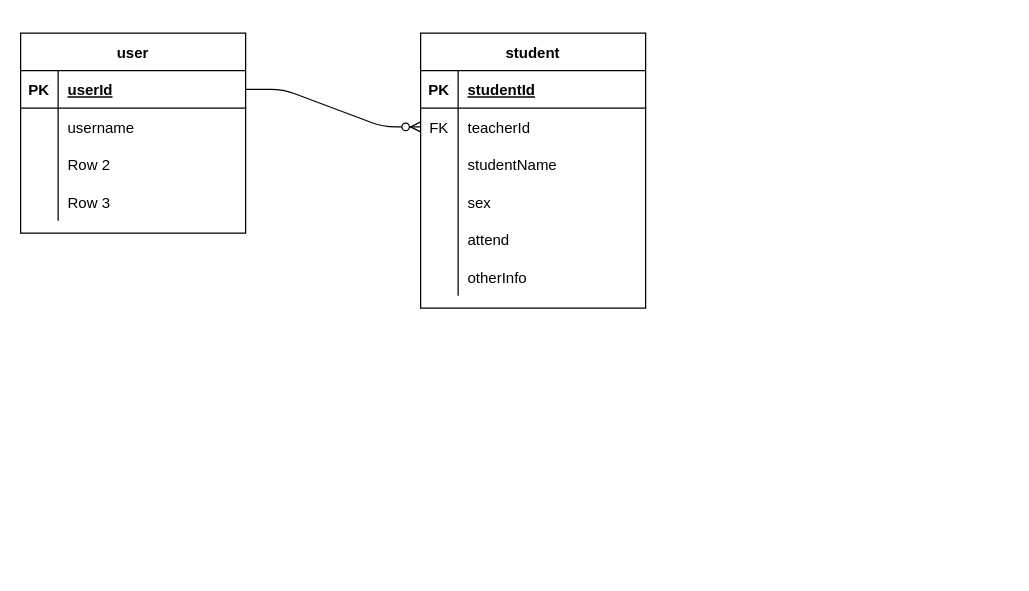
Above: ER.dio in RyotaItagaki/attendance-app (draw.io), before the change. Source tidied: cells renumbered, new cells numbered last; positions are measured from the earlier drawing's top-left corner, leaving out a move shared by most shapes. Both pictures are drawn from the tidied source at 125%, with x=0, y=0 at pixel (20, 32).
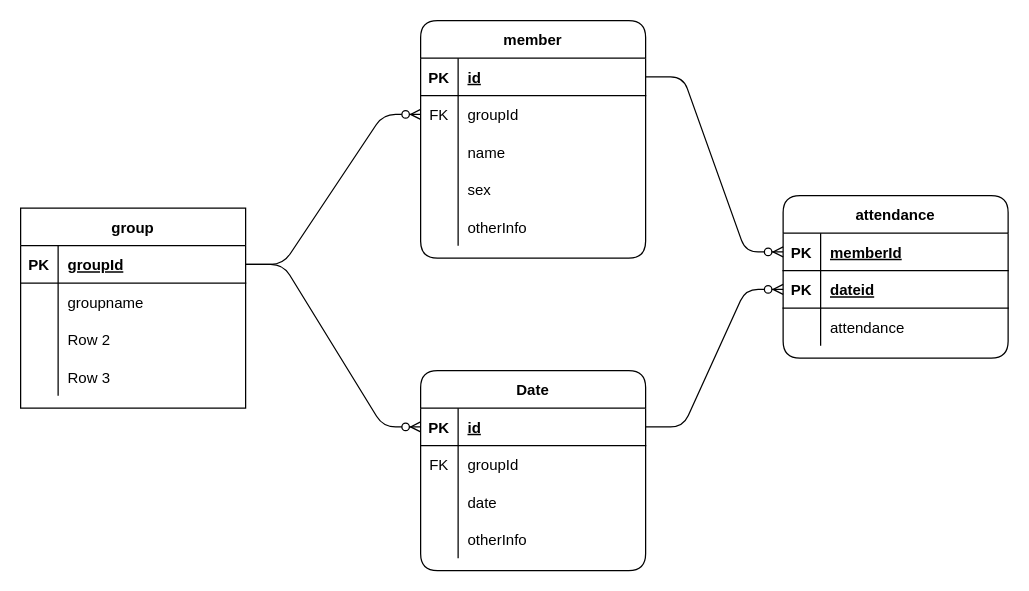
Above is the later version.

Unchanged cells that the change refers to:
```xml
<mxCell id="3" style="shape=partialRectangle;fillColor=none;top=0;left=0;bottom=1;right=0;points=[[0,0.5],[1,0.5]];portConstraint=eastwest;" parent="2" vertex="1">
  <mxGeometry y="30" width="180" height="30" as="geometry" />
</mxCell>
<mxCell id="6" style="shape=partialRectangle;fillColor=none;top=0;left=0;bottom=0;right=0;" parent="2" vertex="1">
  <mxGeometry y="60" width="180" height="30" as="geometry" />
</mxCell>
<mxCell id="16" style="shape=partialRectangle;fillColor=none;top=0;left=0;bottom=1;right=0;points=[[0,0.5],[1,0.5]];portConstraint=eastwest;" parent="15" vertex="1">
  <mxGeometry y="30" width="180" height="30" as="geometry" />
</mxCell>
<mxCell id="19" style="shape=partialRectangle;fillColor=none;top=0;left=0;bottom=0;right=0;points=[[0,0.5],[1,0.5]];portConstraint=eastwest;" parent="15" vertex="1">
  <mxGeometry y="60" width="180" height="30" as="geometry" />
</mxCell>
<mxCell id="22" style="shape=partialRectangle;fillColor=none;top=0;left=0;bottom=0;right=0;" parent="15" vertex="1">
  <mxGeometry y="90" width="180" height="30" as="geometry" />
</mxCell>
```

What changed in the source:
```diff
@@
-    <mxCell id="2" value="user" style="shape=table;startSize=30;childLayout=tableLayout;rowLines=0;fontStyle=1;align=center;" parent="1" vertex="1">
-      <mxGeometry width="180" height="160" as="geometry" />
+    <mxCell id="2" value="group" style="shape=table;startSize=30;childLayout=tableLayout;rowLines=0;fontStyle=1;align=center;" parent="1" vertex="1">
+      <mxGeometry y="140" width="180" height="160" as="geometry" />
     </mxCell>
@@
-    <mxCell id="5" value="userId" style="shape=partialRectangle;fillColor=none;top=0;left=0;bottom=0;right=0;align=left;spacingLeft=6;fontStyle=5;overflow=hidden;" parent="3" vertex="1">
+    <mxCell id="5" value="groupId" style="shape=partialRectangle;fillColor=none;top=0;left=0;bottom=0;right=0;align=left;spacingLeft=6;fontStyle=5;overflow=hidden;" parent="3" vertex="1">
       <mxGeometry x="30" width="150" height="30" as="geometry" />
     </mxCell>
@@
-    <mxCell id="8" value="username" style="shape=partialRectangle;fillColor=none;top=0;left=0;bottom=0;right=0;align=left;spacingLeft=6;overflow=hidden;" parent="6" vertex="1">
+    <mxCell id="8" value="groupname" style="shape=partialRectangle;fillColor=none;top=0;left=0;bottom=0;right=0;align=left;spacingLeft=6;overflow=hidden;" parent="6" vertex="1">
       <mxGeometry x="30" width="150" height="30" as="geometry" />
     </mxCell>
@@
-    <mxCell id="15" value="student" style="shape=table;startSize=30;childLayout=tableLayout;rowLines=0;fontStyle=1;align=center;" parent="1" vertex="1">
-      <mxGeometry x="320" width="180" height="220" as="geometry" />
+    <mxCell id="15" value="member" style="shape=table;startSize=30;childLayout=tableLayout;rowLines=0;fontStyle=1;align=center;rounded=1;" parent="1" vertex="1">
+      <mxGeometry x="320" y="-10" width="180" height="190" as="geometry" />
     </mxCell>
@@
-    <mxCell id="18" value="studentId" style="shape=partialRectangle;fillColor=none;top=0;left=0;bottom=0;right=0;align=left;spacingLeft=6;fontStyle=5;overflow=hidden;" parent="16" vertex="1">
+    <mxCell id="18" value="id" style="shape=partialRectangle;fillColor=none;top=0;left=0;bottom=0;right=0;align=left;spacingLeft=6;fontStyle=5;overflow=hidden;" parent="16" vertex="1">
       <mxGeometry x="30" width="150" height="30" as="geometry" />
     </mxCell>
@@
-    <mxCell id="21" value="teacherId" style="shape=partialRectangle;fillColor=none;top=0;left=0;bottom=0;right=0;align=left;spacingLeft=6;overflow=hidden;" parent="19" vertex="1">
+    <mxCell id="21" value="groupId" style="shape=partialRectangle;fillColor=none;top=0;left=0;bottom=0;right=0;align=left;spacingLeft=6;overflow=hidden;" parent="19" vertex="1">
       <mxGeometry x="30" width="150" height="30" as="geometry" />
     </mxCell>
@@
-    <mxCell id="24" value="studentName" style="shape=partialRectangle;fillColor=none;top=0;left=0;bottom=0;right=0;align=left;spacingLeft=6;overflow=hidden;" parent="22" vertex="1">
+    <mxCell id="24" value="name" style="shape=partialRectangle;fillColor=none;top=0;left=0;bottom=0;right=0;align=left;spacingLeft=6;overflow=hidden;" parent="22" vertex="1">
       <mxGeometry x="30" width="150" height="30" as="geometry" />
     </mxCell>
@@
-    <mxCell id="28" style="shape=partialRectangle;fillColor=none;top=0;left=0;bottom=0;right=0;" parent="15" vertex="1">
-      <mxGeometry y="150" width="180" height="30" as="geometry" />
-    </mxCell>
-    <mxCell id="29" style="shape=partialRectangle;fillColor=none;top=0;left=0;bottom=0;right=0;overflow=hidden;" parent="28" vertex="1">
-      <mxGeometry width="30" height="30" as="geometry" />
-    </mxCell>
-    <mxCell id="30" value="attend" style="shape=partialRectangle;fillColor=none;top=0;left=0;bottom=0;right=0;align=left;spacingLeft=6;overflow=hidden;" parent="28" vertex="1">
-      <mxGeometry x="30" width="150" height="30" as="geometry" />
-    </mxCell>
     <mxCell id="31" style="shape=partialRectangle;fillColor=none;top=0;left=0;bottom=0;right=0;" parent="15" vertex="1">
-      <mxGeometry y="180" width="180" height="30" as="geometry" />
+      <mxGeometry y="150" width="180" height="30" as="geometry" />
     </mxCell>
@@
+    <mxCell id="35" value="attendance" style="shape=table;startSize=30;childLayout=tableLayout;rowLines=0;fontStyle=1;align=center;rounded=1;" parent="1" vertex="1">
+      <mxGeometry x="610" y="130" width="180" height="130" as="geometry" />
+    </mxCell>
+    <mxCell id="36" style="shape=partialRectangle;fillColor=none;top=0;left=0;bottom=1;right=0;points=[[0,0.5],[1,0.5]];portConstraint=eastwest;" parent="35" vertex="1">
+      <mxGeometry y="30" width="180" height="30" as="geometry" />
+    </mxCell>
+    <mxCell id="37" value="PK" style="shape=partialRectangle;fillColor=none;top=0;left=0;bottom=0;right=0;fontStyle=1;overflow=hidden;" parent="36" vertex="1">
+      <mxGeometry width="30" height="30" as="geometry" />
+    </mxCell>
+    <mxCell id="38" value="memberId" style="shape=partialRectangle;fillColor=none;top=0;left=0;bottom=0;right=0;align=left;spacingLeft=6;fontStyle=5;overflow=hidden;" parent="36" vertex="1">
+      <mxGeometry x="30" width="150" height="30" as="geometry" />
+    </mxCell>
+    <mxCell id="39" style="shape=partialRectangle;fillColor=none;top=0;left=0;bottom=1;right=0;points=[[0,0.5],[1,0.5]];portConstraint=eastwest;" parent="35" vertex="1">
+      <mxGeometry y="60" width="180" height="30" as="geometry" />
+    </mxCell>
+    <mxCell id="40" value="PK" style="shape=partialRectangle;fillColor=none;top=0;left=0;bottom=0;right=0;fontStyle=1;overflow=hidden;" parent="39" vertex="1">
+      <mxGeometry width="30" height="30" as="geometry" />
+    </mxCell>
+    <mxCell id="41" value="dateid" style="shape=partialRectangle;fillColor=none;top=0;left=0;bottom=0;right=0;align=left;spacingLeft=6;fontStyle=5;overflow=hidden;" parent="39" vertex="1">
+      <mxGeometry x="30" width="150" height="30" as="geometry" />
+    </mxCell>
+    <mxCell id="42" style="shape=partialRectangle;fillColor=none;top=0;left=0;bottom=0;right=0;" parent="35" vertex="1">
+      <mxGeometry y="90" width="180" height="30" as="geometry" />
+    </mxCell>
+    <mxCell id="43" style="shape=partialRectangle;fillColor=none;top=0;left=0;bottom=0;right=0;overflow=hidden;" parent="42" vertex="1">
+      <mxGeometry width="30" height="30" as="geometry" />
+    </mxCell>
+    <mxCell id="44" value="attendance" style="shape=partialRectangle;fillColor=none;top=0;left=0;bottom=0;right=0;align=left;spacingLeft=6;overflow=hidden;" parent="42" vertex="1">
+      <mxGeometry x="30" width="150" height="30" as="geometry" />
+    </mxCell>
+    <mxCell id="45" style="edgeStyle=entityRelationEdgeStyle;fontSize=12;html=1;endArrow=ERzeroToMany;endFill=1;exitX=1;exitY=0.5;exitDx=0;exitDy=0;entryX=0;entryY=0.5;entryDx=0;entryDy=0;" parent="1" edge="1" source="16" target="36">
+      <mxGeometry relative="1" as="geometry" />
+    </mxCell>
+    <mxCell id="46" value="Date" style="shape=table;startSize=30;childLayout=tableLayout;rowLines=0;fontStyle=1;align=center;rounded=1;" parent="1" vertex="1">
+      <mxGeometry x="320" y="270" width="180" height="160" as="geometry" />
+    </mxCell>
+    <mxCell id="47" style="shape=partialRectangle;fillColor=none;top=0;left=0;bottom=1;right=0;points=[[0,0.5],[1,0.5]];portConstraint=eastwest;" parent="46" vertex="1">
+      <mxGeometry y="30" width="180" height="30" as="geometry" />
+    </mxCell>
+    <mxCell id="48" value="PK" style="shape=partialRectangle;fillColor=none;top=0;left=0;bottom=0;right=0;fontStyle=1;overflow=hidden;" parent="47" vertex="1">
+      <mxGeometry width="30" height="30" as="geometry" />
+    </mxCell>
+    <mxCell id="49" value="id" style="shape=partialRectangle;fillColor=none;top=0;left=0;bottom=0;right=0;align=left;spacingLeft=6;fontStyle=5;overflow=hidden;" parent="47" vertex="1">
+      <mxGeometry x="30" width="150" height="30" as="geometry" />
+    </mxCell>
+    <mxCell id="50" style="shape=partialRectangle;fillColor=none;top=0;left=0;bottom=0;right=0;" parent="46" vertex="1">
+      <mxGeometry y="60" width="180" height="30" as="geometry" />
+    </mxCell>
+    <mxCell id="51" value="FK" style="shape=partialRectangle;fillColor=none;top=0;left=0;bottom=0;right=0;overflow=hidden;" parent="50" vertex="1">
+      <mxGeometry width="30" height="30" as="geometry" />
+    </mxCell>
+    <mxCell id="52" value="groupId" style="shape=partialRectangle;fillColor=none;top=0;left=0;bottom=0;right=0;align=left;spacingLeft=6;overflow=hidden;" parent="50" vertex="1">
+      <mxGeometry x="30" width="150" height="30" as="geometry" />
+    </mxCell>
+    <mxCell id="53" style="shape=partialRectangle;fillColor=none;top=0;left=0;bottom=0;right=0;" parent="46" vertex="1">
+      <mxGeometry y="90" width="180" height="30" as="geometry" />
+    </mxCell>
+    <mxCell id="54" style="shape=partialRectangle;fillColor=none;top=0;left=0;bottom=0;right=0;overflow=hidden;" parent="53" vertex="1">
+      <mxGeometry width="30" height="30" as="geometry" />
+    </mxCell>
+    <mxCell id="55" value="date" style="shape=partialRectangle;fillColor=none;top=0;left=0;bottom=0;right=0;align=left;spacingLeft=6;overflow=hidden;" parent="53" vertex="1">
+      <mxGeometry x="30" width="150" height="30" as="geometry" />
+    </mxCell>
+    <mxCell id="56" style="shape=partialRectangle;fillColor=none;top=0;left=0;bottom=0;right=0;" parent="46" vertex="1">
+      <mxGeometry y="120" width="180" height="30" as="geometry" />
+    </mxCell>
+    <mxCell id="57" style="shape=partialRectangle;fillColor=none;top=0;left=0;bottom=0;right=0;overflow=hidden;" parent="56" vertex="1">
+      <mxGeometry width="30" height="30" as="geometry" />
+    </mxCell>
+    <mxCell id="58" value="otherInfo" style="shape=partialRectangle;fillColor=none;top=0;left=0;bottom=0;right=0;align=left;spacingLeft=6;overflow=hidden;" parent="56" vertex="1">
+      <mxGeometry x="30" width="150" height="30" as="geometry" />
+    </mxCell>
+    <mxCell id="59" style="edgeStyle=entityRelationEdgeStyle;fontSize=12;html=1;endArrow=ERzeroToMany;endFill=1;entryX=0;entryY=0.5;entryDx=0;entryDy=0;exitX=1;exitY=0.5;exitDx=0;exitDy=0;" parent="1" edge="1" source="3" target="47">
+      <mxGeometry relative="1" as="geometry" />
+    </mxCell>
+    <mxCell id="60" style="edgeStyle=entityRelationEdgeStyle;fontSize=12;html=1;endArrow=ERzeroToMany;endFill=1;entryX=0;entryY=0.5;entryDx=0;entryDy=0;exitX=1;exitY=0.5;exitDx=0;exitDy=0;" parent="1" edge="1" source="47" target="39">
+      <mxGeometry relative="1" as="geometry" />
+    </mxCell>
```
